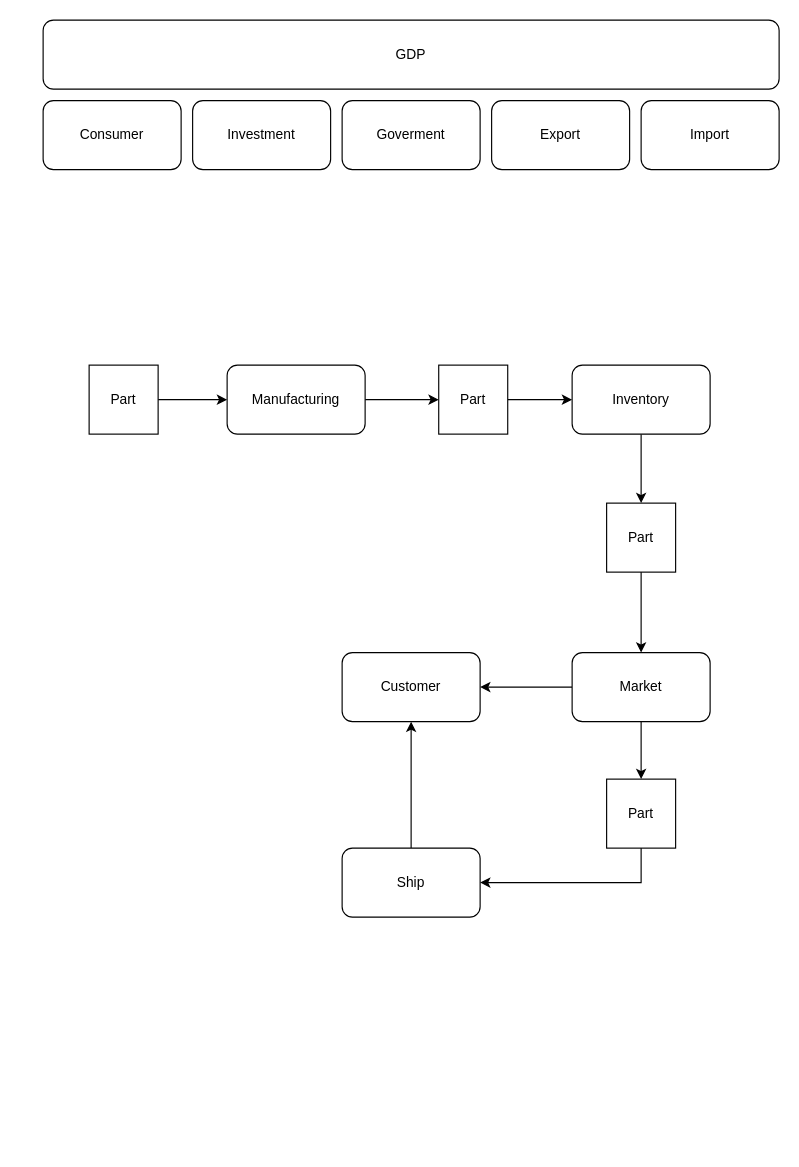
Earlier version of the draw.io diagram economics.drawio (chavp/data-modeling). Source tidied: cells renumbered, new cells numbered last; positions are measured from the earlier drawing's top-left corner, leaving out a move shared by most shapes. Both pictures are drawn from the tidied source at 115%, with x=0, y=0 at pixel (43, 20).
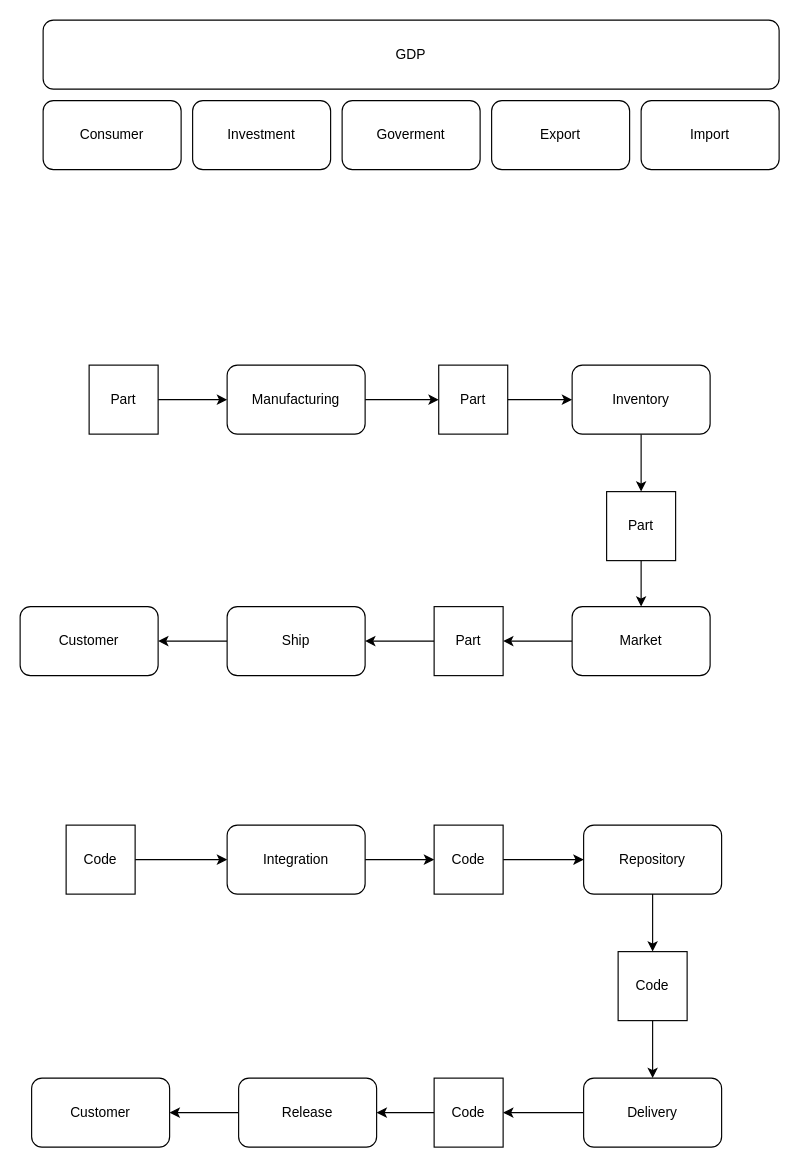
Above is the later version.

Change to the diagram source:
```diff
@@
-    <mxCell id="16" style="edgeStyle=orthogonalEdgeStyle;rounded=0;jettySize=auto;html=1;" parent="1" edge="1" source="18" target="21">
-      <mxGeometry relative="1" as="geometry" />
-    </mxCell>
@@
     <mxCell id="18" value="Market" style="rounded=1;whiteSpace=wrap;html=1;" parent="1" vertex="1">
-      <mxGeometry x="460" y="550" width="120" height="60" as="geometry" />
+      <mxGeometry x="460" y="510" width="120" height="60" as="geometry" />
     </mxCell>
@@
     <mxCell id="20" value="Part" style="whiteSpace=wrap;html=1;" parent="1" vertex="1">
-      <mxGeometry x="490" y="420" width="60" height="60" as="geometry" />
+      <mxGeometry x="490" y="410" width="60" height="60" as="geometry" />
     </mxCell>
     <mxCell id="21" value="Customer" style="rounded=1;whiteSpace=wrap;html=1;" parent="1" vertex="1">
-      <mxGeometry x="260" y="550" width="120" height="60" as="geometry" />
+      <mxGeometry x="-20" y="510" width="120" height="60" as="geometry" />
     </mxCell>
@@
     <mxCell id="23" value="Ship" style="rounded=1;whiteSpace=wrap;html=1;" parent="1" vertex="1">
-      <mxGeometry x="260" y="720" width="120" height="60" as="geometry" />
+      <mxGeometry x="160" y="510" width="120" height="60" as="geometry" />
     </mxCell>
     <mxCell id="24" style="edgeStyle=orthogonalEdgeStyle;rounded=0;jettySize=auto;html=1;" parent="1" edge="1" source="25" target="23">
       <mxGeometry relative="1" as="geometry">
         <Array as="points">
-          <mxPoint x="520" y="750" />
+          <mxPoint x="380" y="550" />
         </Array>
       </mxGeometry>
     </mxCell>
     <mxCell id="25" value="Part" style="whiteSpace=wrap;html=1;" parent="1" vertex="1">
-      <mxGeometry x="490" y="660" width="60" height="60" as="geometry" />
+      <mxGeometry x="340" y="510" width="60" height="60" as="geometry" />
     </mxCell>
+    <mxCell id="26" style="edgeStyle=orthogonalEdgeStyle;rounded=0;jettySize=auto;html=1;" parent="1" edge="1" source="27" target="29">
+      <mxGeometry relative="1" as="geometry" />
+    </mxCell>
+    <mxCell id="27" value="Code" style="whiteSpace=wrap;html=1;" parent="1" vertex="1">
+      <mxGeometry x="20" y="700" width="60" height="60" as="geometry" />
+    </mxCell>
+    <mxCell id="28" style="edgeStyle=orthogonalEdgeStyle;rounded=0;jettySize=auto;html=1;" parent="1" edge="1" source="29" target="31">
+      <mxGeometry relative="1" as="geometry" />
+    </mxCell>
+    <mxCell id="29" value="Integration" style="rounded=1;whiteSpace=wrap;html=1;" parent="1" vertex="1">
+      <mxGeometry x="160" y="700" width="120" height="60" as="geometry" />
+    </mxCell>
+    <mxCell id="30" style="edgeStyle=orthogonalEdgeStyle;rounded=0;jettySize=auto;html=1;" parent="1" edge="1" source="31" target="33">
+      <mxGeometry relative="1" as="geometry" />
+    </mxCell>
+    <mxCell id="31" value="Code" style="whiteSpace=wrap;html=1;" parent="1" vertex="1">
+      <mxGeometry x="340" y="700" width="60" height="60" as="geometry" />
+    </mxCell>
+    <mxCell id="32" style="edgeStyle=orthogonalEdgeStyle;rounded=0;jettySize=auto;html=1;" parent="1" edge="1" source="33" target="41">
+      <mxGeometry relative="1" as="geometry" />
+    </mxCell>
+    <mxCell id="33" value="Repository" style="rounded=1;whiteSpace=wrap;html=1;" parent="1" vertex="1">
+      <mxGeometry x="470" y="700" width="120" height="60" as="geometry" />
+    </mxCell>
+    <mxCell id="34" style="edgeStyle=orthogonalEdgeStyle;rounded=0;jettySize=auto;html=1;" parent="1" edge="1" source="35" target="42">
+      <mxGeometry relative="1" as="geometry" />
+    </mxCell>
+    <mxCell id="35" value="Release" style="rounded=1;whiteSpace=wrap;html=1;" parent="1" vertex="1">
+      <mxGeometry x="170" y="920" width="120" height="60" as="geometry" />
+    </mxCell>
+    <mxCell id="36" style="edgeStyle=orthogonalEdgeStyle;rounded=0;jettySize=auto;html=1;" parent="1" edge="1" source="37" target="39">
+      <mxGeometry relative="1" as="geometry" />
+    </mxCell>
+    <mxCell id="37" value="Delivery" style="rounded=1;whiteSpace=wrap;html=1;" parent="1" vertex="1">
+      <mxGeometry x="470" y="920" width="120" height="60" as="geometry" />
+    </mxCell>
+    <mxCell id="38" style="edgeStyle=orthogonalEdgeStyle;rounded=0;jettySize=auto;html=1;" parent="1" edge="1" source="39" target="35">
+      <mxGeometry relative="1" as="geometry" />
+    </mxCell>
+    <mxCell id="39" value="Code" style="whiteSpace=wrap;html=1;" parent="1" vertex="1">
+      <mxGeometry x="340" y="920" width="60" height="60" as="geometry" />
+    </mxCell>
+    <mxCell id="40" style="edgeStyle=orthogonalEdgeStyle;rounded=0;jettySize=auto;html=1;" parent="1" edge="1" source="41" target="37">
+      <mxGeometry relative="1" as="geometry" />
+    </mxCell>
+    <mxCell id="41" value="Code" style="whiteSpace=wrap;html=1;" parent="1" vertex="1">
+      <mxGeometry x="500" y="810" width="60" height="60" as="geometry" />
+    </mxCell>
+    <mxCell id="42" value="Customer" style="rounded=1;whiteSpace=wrap;html=1;" parent="1" vertex="1">
+      <mxGeometry x="-10" y="920" width="120" height="60" as="geometry" />
+    </mxCell>
```
